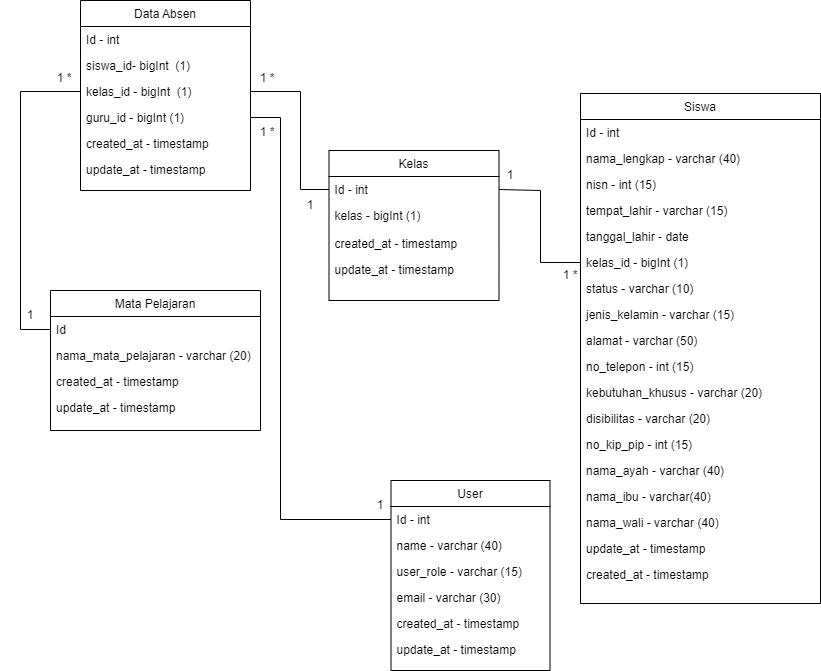
Earlier version of the draw.io export Untitled Diagram.drawio.png (danangsptro/SI_ABSEN). Source tidied: cells renumbered, new cells last; positions are measured from the earlier drawing's top-left corner, leaving out a move shared by most shapes.
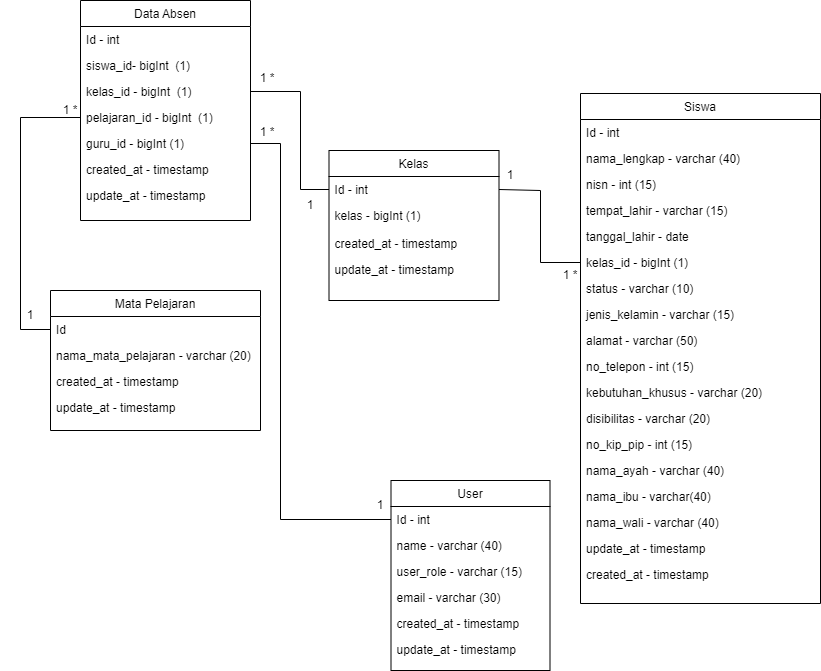
After the change.

The edit, as a diff of the source:
```diff
@@ -111,7 +111,7 @@
       <mxGeometry y="104" width="210" height="26" as="geometry" />
     </mxCell>
     <mxCell id="38" value="Data Absen" style="swimlane;fontStyle=0;align=center;verticalAlign=top;horizontal=1;startSize=26;rounded=0;shadow=0;strokeWidth=1;" parent="1" vertex="1">
-      <mxGeometry x="80" width="170" height="190" as="geometry" />
+      <mxGeometry x="80" width="170" height="220" as="geometry" />
     </mxCell>
     <mxCell id="39" value="Id - int" style="text;align=left;verticalAlign=top;spacingLeft=4;spacingRight=4;overflow=hidden;" parent="38" vertex="1">
       <mxGeometry y="26" width="170" height="26" as="geometry" />
@@ -122,19 +122,22 @@
     <mxCell id="41" value="kelas_id - bigInt  (1)" style="text;align=left;verticalAlign=top;spacingLeft=4;spacingRight=4;overflow=hidden;points=[[0,0.5],[1,0.5]];portConstraint=eastwest;" parent="38" vertex="1">
       <mxGeometry y="78" width="170" height="26" as="geometry" />
     </mxCell>
+    <mxCell id="57" value="pelajaran_id - bigInt  (1)" style="text;align=left;verticalAlign=top;spacingLeft=4;spacingRight=4;overflow=hidden;points=[[0,0.5],[1,0.5]];portConstraint=eastwest;" parent="38" vertex="1">
+      <mxGeometry y="104" width="170" height="26" as="geometry" />
+    </mxCell>
     <mxCell id="42" value="guru_id - bigInt (1)" style="text;align=left;verticalAlign=top;spacingLeft=4;spacingRight=4;overflow=hidden;points=[[0,0.5],[1,0.5]];portConstraint=eastwest;" parent="38" vertex="1">
-      <mxGeometry y="104" width="170" height="26" as="geometry" />
+      <mxGeometry y="130" width="170" height="26" as="geometry" />
     </mxCell>
     <mxCell id="43" value="created_at - timestamp" style="text;align=left;verticalAlign=top;spacingLeft=4;spacingRight=4;overflow=hidden;rounded=0;shadow=0;html=0;" parent="38" vertex="1">
-      <mxGeometry y="130" width="170" height="26" as="geometry" />
+      <mxGeometry y="156" width="170" height="26" as="geometry" />
     </mxCell>
     <mxCell id="44" value="update_at - timestamp" style="text;align=left;verticalAlign=top;spacingLeft=4;spacingRight=4;overflow=hidden;rounded=0;shadow=0;html=0;" parent="38" vertex="1">
-      <mxGeometry y="156" width="170" height="26" as="geometry" />
+      <mxGeometry y="182" width="170" height="26" as="geometry" />
     </mxCell>
-    <mxCell id="45" style="endArrow=none;html=1;rounded=0;exitX=0;exitY=0.5;exitDx=0;exitDy=0;entryX=0;entryY=0.5;entryDx=0;entryDy=0;" parent="1" edge="1" source="41" target="34">
+    <mxCell id="45" style="endArrow=none;html=1;rounded=0;exitX=0;exitY=0.5;exitDx=0;exitDy=0;entryX=0;entryY=0.5;entryDx=0;entryDy=0;" parent="1" edge="1" source="57" target="34">
       <mxGeometry relative="1" as="geometry">
         <Array as="points">
-          <mxPoint x="20" y="91" />
+          <mxPoint x="20" y="117" />
           <mxPoint x="20" y="329" />
         </Array>
       </mxGeometry>
@@ -142,7 +145,7 @@
     <mxCell id="46" style="endArrow=none;html=1;rounded=0;entryX=0;entryY=0.5;entryDx=0;entryDy=0;exitX=1;exitY=0.5;exitDx=0;exitDy=0;" parent="1" edge="1" source="42" target="3">
       <mxGeometry relative="1" as="geometry">
         <Array as="points">
-          <mxPoint x="280" y="117" />
+          <mxPoint x="280" y="143" />
           <mxPoint x="280" y="519" />
         </Array>
       </mxGeometry>
@@ -157,7 +160,7 @@
       <mxGeometry y="300" width="60" height="30" as="geometry" />
     </mxCell>
     <mxCell id="50" value="1 *" style="text;html=1;strokeColor=none;fillColor=none;align=center;verticalAlign=middle;whiteSpace=wrap;rounded=0;" parent="1" vertex="1">
-      <mxGeometry x="34" y="63" width="60" height="30" as="geometry" />
+      <mxGeometry x="40" y="95" width="60" height="30" as="geometry" />
     </mxCell>
     <mxCell id="51" style="endArrow=none;html=1;rounded=0;entryX=0;entryY=0.5;entryDx=0;entryDy=0;exitX=1;exitY=0.5;exitDx=0;exitDy=0;" parent="1" edge="1" source="10" target="20">
       <mxGeometry relative="1" as="geometry">
```
